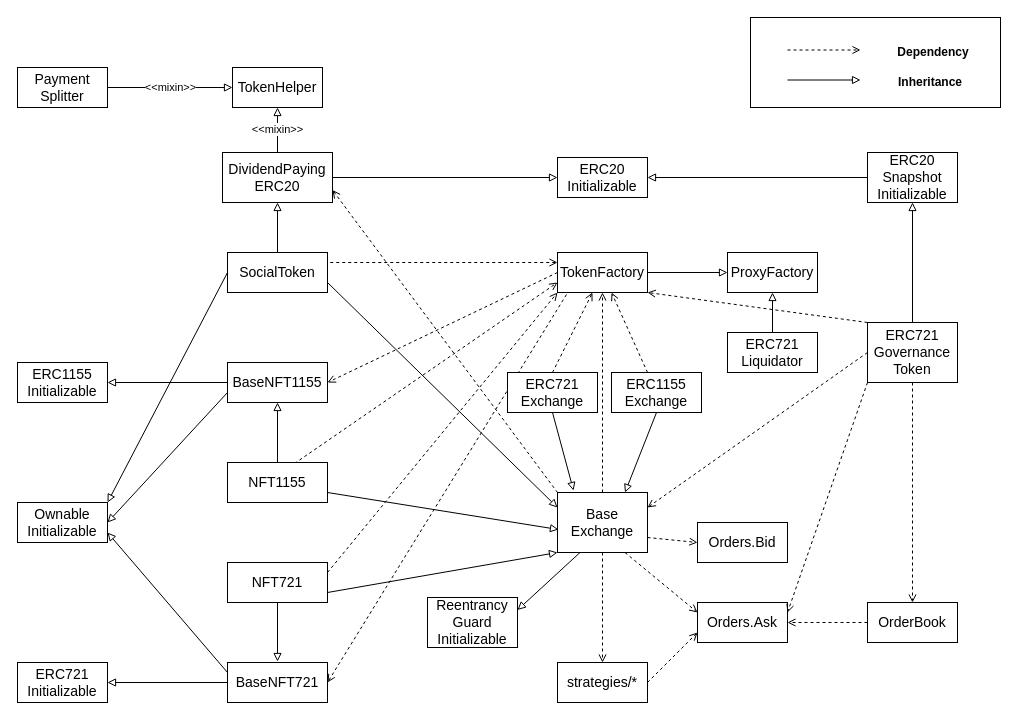
Before: docs/ClassDiagram.drawio in sushiswap/shoyu, a draw.io diagram. Source tidied: cells renumbered, new cells numbered last; positions are measured from the earlier drawing's top-left corner, leaving out a move shared by most shapes. Both pictures are drawn from the tidied source at 100%, with x=0, y=0 at pixel (17, 17).
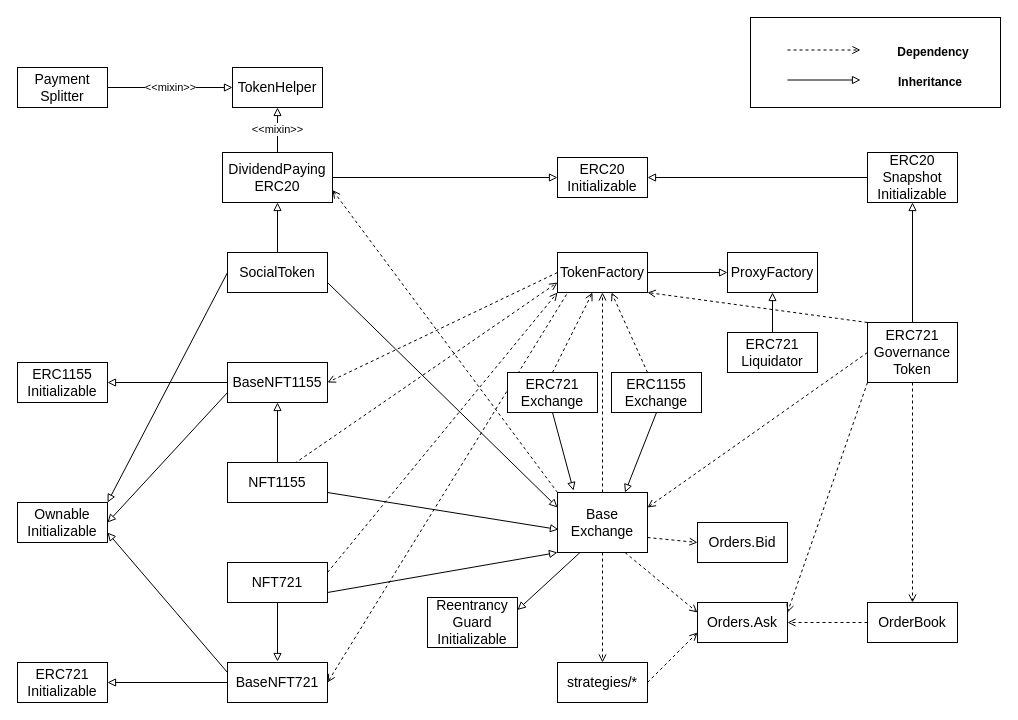
Above is the later version.

The change refers to these unchanged cells:
```xml
<mxCell id="22" value="&lt;span style=&quot;font-size: 14px&quot;&gt;TokenFactory&lt;/span&gt;" style="rounded=0;whiteSpace=wrap;html=1;" parent="1" vertex="1">
  <mxGeometry x="540" y="235" width="90" height="40" as="geometry" />
</mxCell>
<mxCell id="35" value="&lt;span style=&quot;font-size: 14px&quot;&gt;SocialToken&lt;/span&gt;" style="rounded=0;whiteSpace=wrap;html=1;" parent="1" vertex="1">
  <mxGeometry x="210" y="235" width="100" height="40" as="geometry" />
</mxCell>
```

Change to the diagram source:
```diff
@@
-    <mxCell id="21" style="rounded=0;jettySize=auto;html=1;exitX=0;exitY=0.25;exitDx=0;exitDy=0;entryX=1;entryY=0.25;entryDx=0;entryDy=0;dashed=1;endArrow=none;endFill=0;startArrow=open;startFill=0;" parent="1" edge="1" source="22" target="35">
-      <mxGeometry relative="1" as="geometry" />
-    </mxCell>
```
